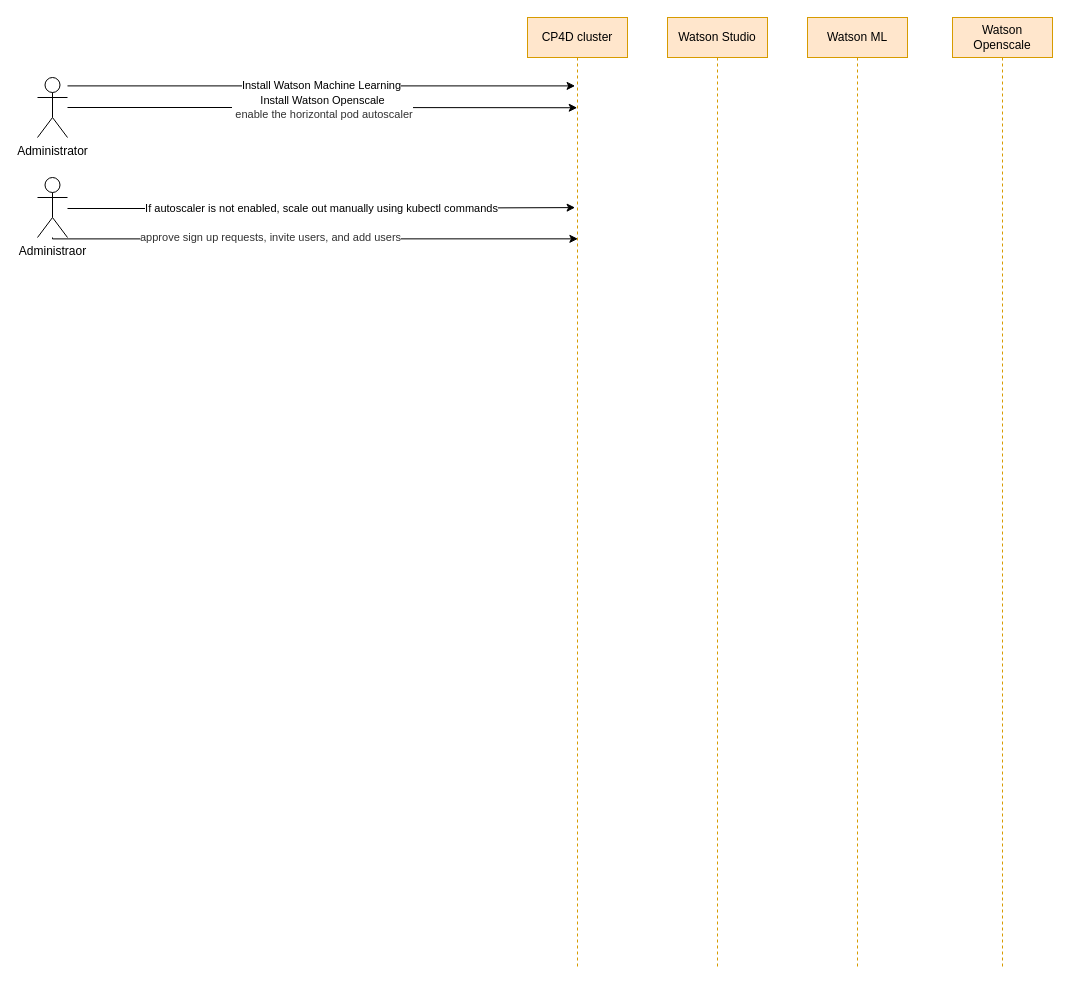
The draw.io diagram openscale.drawio in kanchantewary/CloudPakForData, before the edit. Source tidied: cells renumbered, new cells numbered last; positions are measured from the earlier drawing's top-left corner, leaving out a move shared by most shapes. Both pictures are drawn from the tidied source at 100%, with x=0, y=0 at pixel (37, 17).
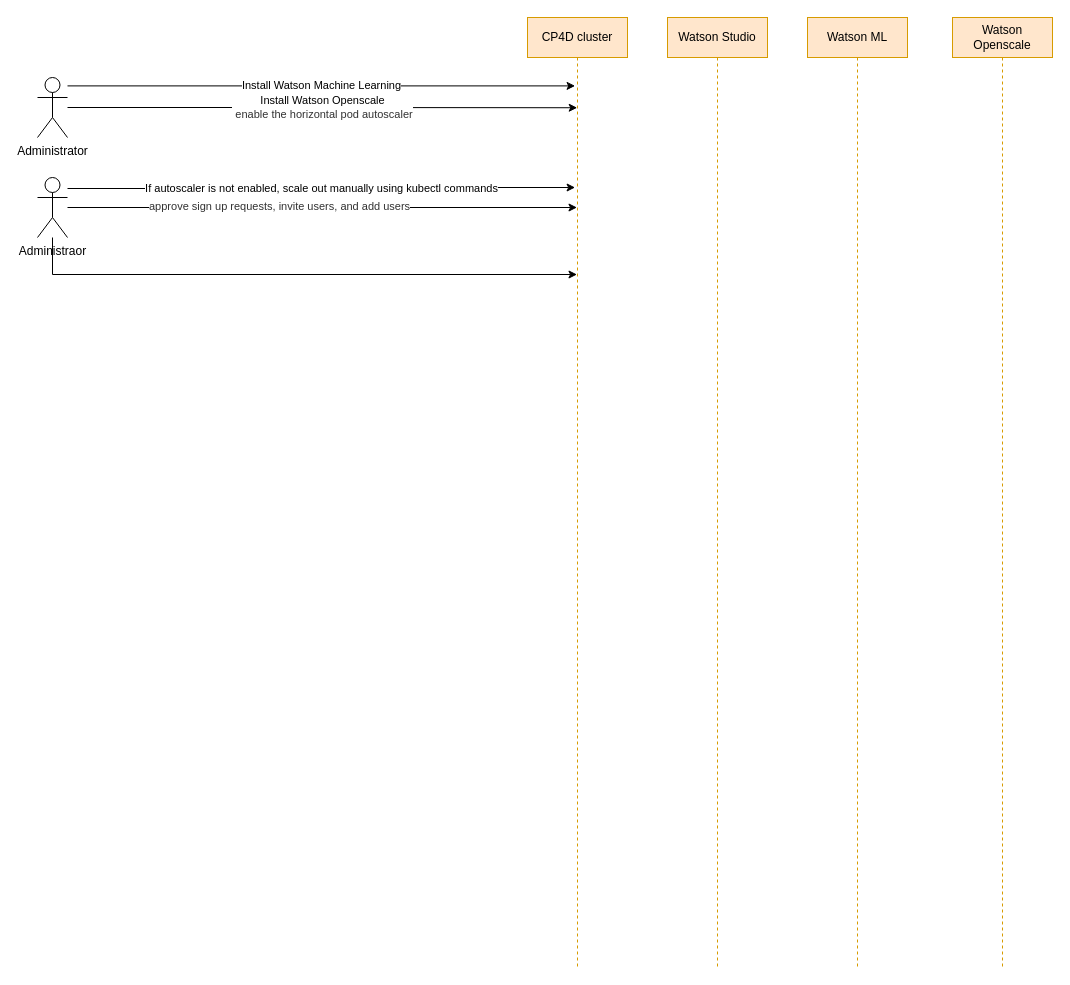
The same diagram, later.

The change refers to these unchanged cells:
```xml
<mxCell id="5" value="CP4D cluster" style="shape=umlLifeline;perimeter=lifelinePerimeter;whiteSpace=wrap;html=1;outlineConnect=0;fillColor=#ffe6cc;strokeColor=#d79b00;" parent="1" vertex="1">
  <mxGeometry x="490" width="100" height="950" as="geometry" />
</mxCell>
<mxCell id="12" value="Administraor" style="shape=umlActor;verticalLabelPosition=bottom;verticalAlign=top;html=1;" parent="1" vertex="1">
  <mxGeometry y="160" width="30" height="60" as="geometry" />
</mxCell>
```

Change to the diagram source:
```diff
@@
     <mxCell id="9" value="If autoscaler is not enabled, scale out manually using kubectl commands" style="edgeStyle=orthogonalEdgeStyle;rounded=0;orthogonalLoop=1;jettySize=auto;html=1;entryX=0.476;entryY=0.199;entryDx=0;entryDy=0;entryPerimeter=0;" parent="1" edge="1">
       <mxGeometry relative="1" as="geometry">
-        <mxPoint x="30" y="191" as="sourcePoint" />
-        <mxPoint x="537.6" y="190.1" as="targetPoint" />
+        <mxPoint x="30" y="171" as="sourcePoint" />
+        <mxPoint x="537.6" y="170" as="targetPoint" />
         <Array as="points">
-          <mxPoint x="284" y="191" />
-          <mxPoint x="284" y="190" />
+          <mxPoint x="284" y="170.9" />
+          <mxPoint x="284" y="169.9" />
         </Array>
       </mxGeometry>
     </mxCell>
-    <mxCell id="10" style="edgeStyle=orthogonalEdgeStyle;rounded=0;jettySize=auto;html=1;entryX=0.504;entryY=0.233;entryDx=0;entryDy=0;entryPerimeter=0;" parent="1" edge="1" source="12" target="5">
+    <mxCell id="10" style="edgeStyle=orthogonalEdgeStyle;rounded=0;jettySize=auto;html=1;" parent="1" edge="1" source="12" target="5">
       <mxGeometry relative="1" as="geometry">
         <Array as="points">
-          <mxPoint x="15" y="221" />
+          <mxPoint x="490" y="200" />
+          <mxPoint x="490" y="200" />
         </Array>
       </mxGeometry>
     </mxCell>
@@
+    <mxCell id="13" style="edgeStyle=orthogonalEdgeStyle;rounded=0;jettySize=auto;html=1;" parent="1" edge="1" source="12" target="5">
+      <mxGeometry relative="1" as="geometry">
+        <Array as="points">
+          <mxPoint x="15" y="257" />
+        </Array>
+      </mxGeometry>
+    </mxCell>
```
